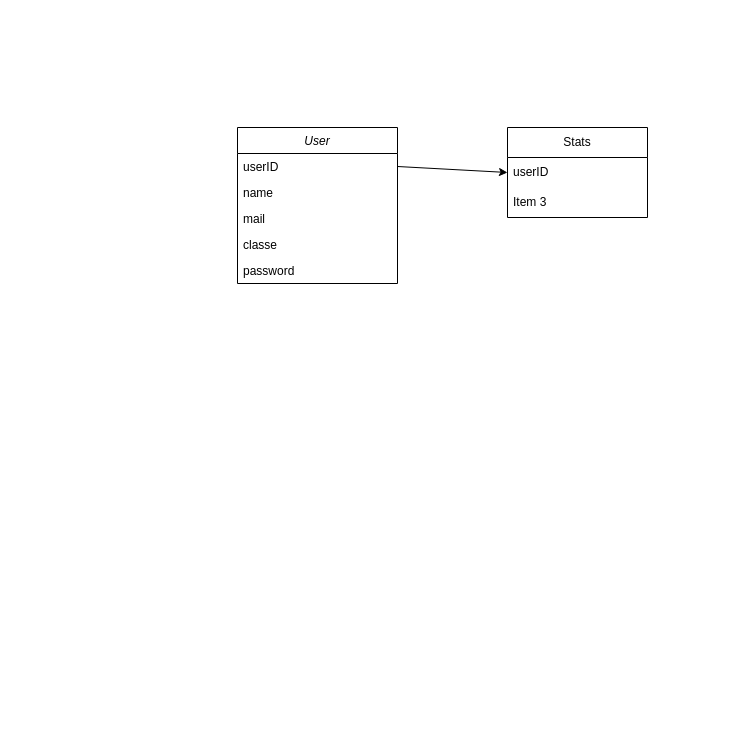
Greenmattt/SeekAClimb keeps this draw.io diagram as diagrammeDB.drawio. Above is the earlier version. Source tidied: cells renumbered, new cells numbered last; positions are measured from the earlier drawing's top-left corner, leaving out a move shared by most shapes. Both pictures are drawn from the tidied source at 100%, with x=0, y=0 at pixel (237, 127).
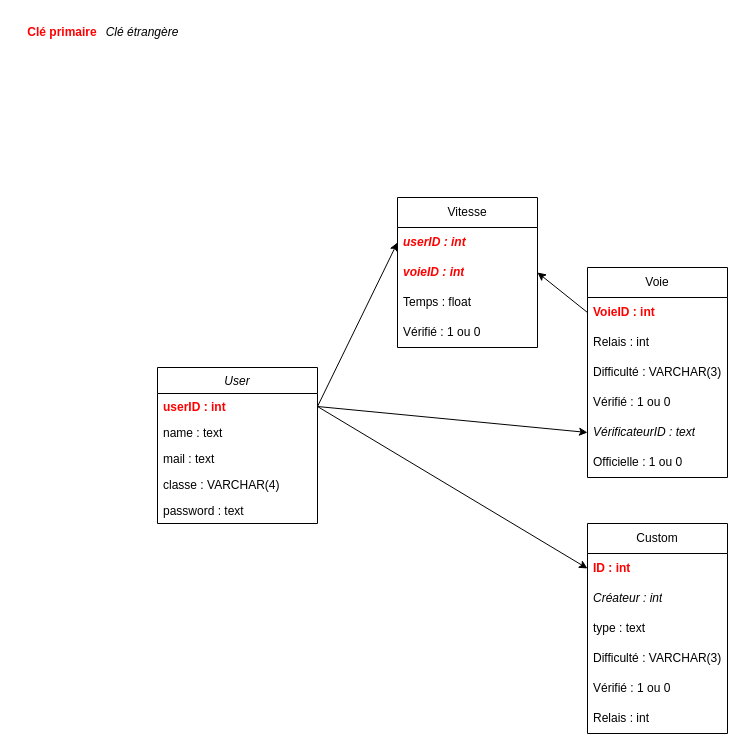
After the change.

Change to the diagram source:
```diff
@@
     <mxCell id="2" value="User" style="swimlane;fontStyle=2;align=center;verticalAlign=top;horizontal=1;startSize=26;rounded=0;shadow=0;strokeWidth=1;" parent="1" vertex="1">
-      <mxGeometry width="160" height="156" as="geometry" />
+      <mxGeometry x="-80" y="240" width="160" height="156" as="geometry" />
     </mxCell>
-    <mxCell id="3" value="userID" style="text;align=left;verticalAlign=top;spacingLeft=4;spacingRight=4;overflow=hidden;points=[[0,0.5],[1,0.5]];portConstraint=eastwest;rounded=0;shadow=0;html=0;" parent="2" vertex="1">
+    <mxCell id="3" value="userID : int" style="text;align=left;verticalAlign=top;spacingLeft=4;spacingRight=4;overflow=hidden;points=[[0,0.5],[1,0.5]];portConstraint=eastwest;rounded=0;shadow=0;html=0;fontColor=#FF0000;fontStyle=1;" parent="2" vertex="1">
       <mxGeometry y="26" width="160" height="26" as="geometry" />
     </mxCell>
-    <mxCell id="4" value="name" style="text;align=left;verticalAlign=top;spacingLeft=4;spacingRight=4;overflow=hidden;" parent="2" vertex="1">
+    <mxCell id="4" value="name : text" style="text;align=left;verticalAlign=top;spacingLeft=4;spacingRight=4;overflow=hidden;" parent="2" vertex="1">
       <mxGeometry y="52" width="160" height="26" as="geometry" />
     </mxCell>
-    <mxCell id="5" value="mail" style="text;align=left;verticalAlign=top;spacingLeft=4;spacingRight=4;overflow=hidden;rounded=0;shadow=0;html=0;" parent="2" vertex="1">
+    <mxCell id="5" value="mail : text" style="text;align=left;verticalAlign=top;spacingLeft=4;spacingRight=4;overflow=hidden;rounded=0;shadow=0;html=0;" parent="2" vertex="1">
       <mxGeometry y="78" width="160" height="26" as="geometry" />
     </mxCell>
-    <mxCell id="6" value="classe" style="text;align=left;verticalAlign=top;spacingLeft=4;spacingRight=4;overflow=hidden;rounded=0;shadow=0;html=0;" parent="2" vertex="1">
+    <mxCell id="6" value="classe : VARCHAR(4)" style="text;align=left;verticalAlign=top;spacingLeft=4;spacingRight=4;overflow=hidden;rounded=0;shadow=0;html=0;" parent="2" vertex="1">
       <mxGeometry y="104" width="160" height="26" as="geometry" />
     </mxCell>
-    <mxCell id="7" value="password" style="text;align=left;verticalAlign=top;spacingLeft=4;spacingRight=4;overflow=hidden;rounded=0;shadow=0;html=0;" parent="2" vertex="1">
+    <mxCell id="7" value="password : text" style="text;align=left;verticalAlign=top;spacingLeft=4;spacingRight=4;overflow=hidden;rounded=0;shadow=0;html=0;" parent="2" vertex="1">
       <mxGeometry y="130" width="160" height="26" as="geometry" />
     </mxCell>
-    <mxCell id="8" value="Stats" style="swimlane;fontStyle=0;horizontal=1;startSize=30;whiteSpace=wrap;html=1;" parent="1" vertex="1">
-      <mxGeometry x="270" width="140" height="90" as="geometry" />
+    <mxCell id="8" value="Vitesse" style="swimlane;fontStyle=0;horizontal=1;startSize=30;whiteSpace=wrap;html=1;" parent="1" vertex="1">
+      <mxGeometry x="160" y="70" width="140" height="150" as="geometry" />
     </mxCell>
-    <mxCell id="9" value="userID" style="text;strokeColor=none;fillColor=none;align=left;verticalAlign=middle;spacingLeft=4;spacingRight=4;overflow=hidden;points=[[0,0.5],[1,0.5]];portConstraint=eastwest;whiteSpace=wrap;html=1;" parent="8" vertex="1">
+    <mxCell id="9" value="&lt;i&gt;userID : int&lt;/i&gt;" style="text;strokeColor=none;fillColor=none;align=left;verticalAlign=middle;spacingLeft=4;spacingRight=4;overflow=hidden;points=[[0,0.5],[1,0.5]];portConstraint=eastwest;whiteSpace=wrap;html=1;fontStyle=1;fontColor=#FF0000;" parent="8" vertex="1">
       <mxGeometry y="30" width="140" height="30" as="geometry" />
     </mxCell>
-    <mxCell id="10" value="Item 3" style="text;strokeColor=none;fillColor=none;align=left;verticalAlign=middle;spacingLeft=4;spacingRight=4;overflow=hidden;points=[[0,0.5],[1,0.5]];portConstraint=eastwest;whiteSpace=wrap;html=1;" parent="8" vertex="1">
+    <mxCell id="10" value="voieID : int" style="text;strokeColor=none;fillColor=none;align=left;verticalAlign=middle;spacingLeft=4;spacingRight=4;overflow=hidden;points=[[0,0.5],[1,0.5]];portConstraint=eastwest;whiteSpace=wrap;html=1;fontStyle=3;fontColor=#FF0000;" parent="8" vertex="1">
       <mxGeometry y="60" width="140" height="30" as="geometry" />
     </mxCell>
+    <mxCell id="12" value="Temps : float" style="text;strokeColor=none;fillColor=none;align=left;verticalAlign=middle;spacingLeft=4;spacingRight=4;overflow=hidden;whiteSpace=wrap;html=1;" parent="8" vertex="1">
+      <mxGeometry y="90" width="140" height="30" as="geometry" />
+    </mxCell>
+    <mxCell id="13" value="Vérifié : 1 ou 0" style="text;strokeColor=none;fillColor=none;align=left;verticalAlign=middle;spacingLeft=4;spacingRight=4;overflow=hidden;whiteSpace=wrap;html=1;" parent="8" vertex="1">
+      <mxGeometry y="120" width="140" height="30" as="geometry" />
+    </mxCell>
@@
+    <mxCell id="14" value="&lt;b&gt;&lt;font color=&quot;#ff0000&quot;&gt;Clé primaire&lt;/font&gt;&lt;/b&gt;" style="text;html=1;strokeColor=none;fillColor=none;align=center;verticalAlign=middle;whiteSpace=wrap;rounded=0;" parent="1" vertex="1">
+      <mxGeometry x="-220" y="-110" width="90" height="30" as="geometry" />
+    </mxCell>
+    <mxCell id="15" value="&lt;i&gt;Clé étrangère&lt;/i&gt;" style="text;html=1;strokeColor=none;fillColor=none;align=center;verticalAlign=middle;whiteSpace=wrap;rounded=0;" parent="1" vertex="1">
+      <mxGeometry x="-140" y="-110" width="90" height="30" as="geometry" />
+    </mxCell>
+    <mxCell id="16" value="Voie" style="swimlane;fontStyle=0;horizontal=1;startSize=30;whiteSpace=wrap;html=1;" parent="1" vertex="1">
+      <mxGeometry x="350" y="140" width="140" height="210" as="geometry" />
+    </mxCell>
+    <mxCell id="17" value="&lt;span&gt;VoieID : int&lt;/span&gt;" style="text;strokeColor=none;fillColor=none;align=left;verticalAlign=middle;spacingLeft=4;spacingRight=4;overflow=hidden;points=[[0,0.5],[1,0.5]];portConstraint=eastwest;whiteSpace=wrap;html=1;fontStyle=1;fontColor=#FF0000;" parent="16" vertex="1">
+      <mxGeometry y="30" width="140" height="30" as="geometry" />
+    </mxCell>
+    <mxCell id="18" value="Relais : int" style="text;strokeColor=none;fillColor=none;align=left;verticalAlign=middle;spacingLeft=4;spacingRight=4;overflow=hidden;whiteSpace=wrap;html=1;" parent="16" vertex="1">
+      <mxGeometry y="60" width="140" height="30" as="geometry" />
+    </mxCell>
+    <mxCell id="19" value="Difficulté : VARCHAR(3)" style="text;strokeColor=none;fillColor=none;align=left;verticalAlign=middle;spacingLeft=4;spacingRight=4;overflow=hidden;whiteSpace=wrap;html=1;" parent="16" vertex="1">
+      <mxGeometry y="90" width="140" height="30" as="geometry" />
+    </mxCell>
+    <mxCell id="20" value="Vérifié : 1 ou 0" style="text;strokeColor=none;fillColor=none;align=left;verticalAlign=middle;spacingLeft=4;spacingRight=4;overflow=hidden;whiteSpace=wrap;html=1;" parent="16" vertex="1">
+      <mxGeometry y="120" width="140" height="30" as="geometry" />
+    </mxCell>
+    <mxCell id="21" value="&lt;i&gt;VérificateurID : text&lt;/i&gt;" style="text;strokeColor=none;fillColor=none;align=left;verticalAlign=middle;spacingLeft=4;spacingRight=4;overflow=hidden;points=[[0,0.5],[1,0.5]];portConstraint=eastwest;whiteSpace=wrap;html=1;" parent="16" vertex="1">
+      <mxGeometry y="150" width="140" height="30" as="geometry" />
+    </mxCell>
+    <mxCell id="22" value="Officielle : 1 ou 0" style="text;strokeColor=none;fillColor=none;align=left;verticalAlign=middle;spacingLeft=4;spacingRight=4;overflow=hidden;whiteSpace=wrap;html=1;" parent="16" vertex="1">
+      <mxGeometry y="180" width="140" height="30" as="geometry" />
+    </mxCell>
+    <mxCell id="23" style="endArrow=classic;html=1;rounded=0;fontColor=#000000;entryX=1;entryY=0.5;entryDx=0;entryDy=0;exitX=0;exitY=0.5;exitDx=0;exitDy=0;" parent="1" edge="1" source="17" target="10">
+      <mxGeometry relative="1" as="geometry" />
+    </mxCell>
+    <mxCell id="24" style="endArrow=classic;html=1;rounded=0;fontColor=#000000;exitX=1;exitY=0.5;exitDx=0;exitDy=0;entryX=0;entryY=0.5;entryDx=0;entryDy=0;" parent="1" edge="1" source="3" target="21">
+      <mxGeometry relative="1" as="geometry" />
+    </mxCell>
+    <mxCell id="25" value="Custom" style="swimlane;fontStyle=0;horizontal=1;startSize=30;whiteSpace=wrap;html=1;" parent="1" vertex="1">
+      <mxGeometry x="350" y="396" width="140" height="210" as="geometry" />
+    </mxCell>
+    <mxCell id="26" value="&lt;span style=&quot;font-style: normal;&quot;&gt;ID : int&lt;/span&gt;" style="text;strokeColor=none;fillColor=none;align=left;verticalAlign=middle;spacingLeft=4;spacingRight=4;overflow=hidden;points=[[0,0.5],[1,0.5]];portConstraint=eastwest;whiteSpace=wrap;html=1;fontStyle=3;fontColor=#FF0000;" parent="25" vertex="1">
+      <mxGeometry y="30" width="140" height="30" as="geometry" />
+    </mxCell>
+    <mxCell id="27" value="&lt;span&gt;Créateur : int&lt;/span&gt;" style="text;strokeColor=none;fillColor=none;align=left;verticalAlign=middle;spacingLeft=4;spacingRight=4;overflow=hidden;whiteSpace=wrap;html=1;fontStyle=2;fontColor=#000000;" parent="25" vertex="1">
+      <mxGeometry y="60" width="140" height="30" as="geometry" />
+    </mxCell>
+    <mxCell id="28" value="type : text" style="text;strokeColor=none;fillColor=none;align=left;verticalAlign=middle;spacingLeft=4;spacingRight=4;overflow=hidden;whiteSpace=wrap;html=1;" parent="25" vertex="1">
+      <mxGeometry y="90" width="140" height="30" as="geometry" />
+    </mxCell>
+    <mxCell id="29" value="Difficulté : VARCHAR(3)" style="text;strokeColor=none;fillColor=none;align=left;verticalAlign=middle;spacingLeft=4;spacingRight=4;overflow=hidden;whiteSpace=wrap;html=1;" parent="25" vertex="1">
+      <mxGeometry y="120" width="140" height="30" as="geometry" />
+    </mxCell>
+    <mxCell id="30" value="Vérifié : 1 ou 0" style="text;strokeColor=none;fillColor=none;align=left;verticalAlign=middle;spacingLeft=4;spacingRight=4;overflow=hidden;whiteSpace=wrap;html=1;" parent="25" vertex="1">
+      <mxGeometry y="150" width="140" height="30" as="geometry" />
+    </mxCell>
+    <mxCell id="31" value="Relais : int" style="text;strokeColor=none;fillColor=none;align=left;verticalAlign=middle;spacingLeft=4;spacingRight=4;overflow=hidden;whiteSpace=wrap;html=1;" parent="25" vertex="1">
+      <mxGeometry y="180" width="140" height="30" as="geometry" />
+    </mxCell>
+    <mxCell id="32" style="endArrow=classic;html=1;rounded=0;fontColor=#000000;exitX=1;exitY=0.5;exitDx=0;exitDy=0;entryX=0;entryY=0.5;entryDx=0;entryDy=0;" parent="1" edge="1" source="3" target="26">
+      <mxGeometry relative="1" as="geometry" />
+    </mxCell>
```
